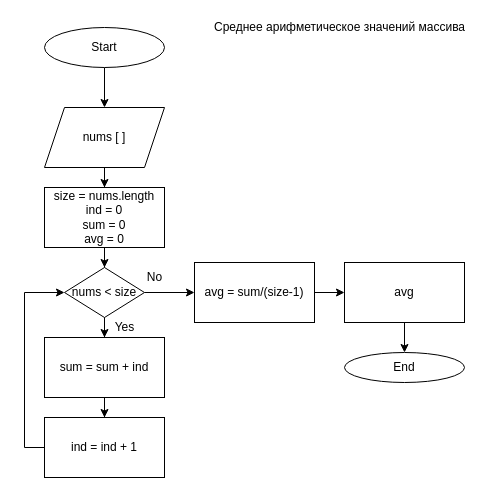
This is page "Ср арифметическое" (3 of 3) of diagrams/Семинар 2 - массивы.drawio from BayramoV88/study, a draw.io file, before an edit. Source tidied: cells renumbered, new cells numbered last; positions are measured from the earlier drawing's top-left corner, leaving out a move shared by most shapes. Both pictures are drawn from the tidied source at 100%, with x=0, y=0 at pixel (24, 17).
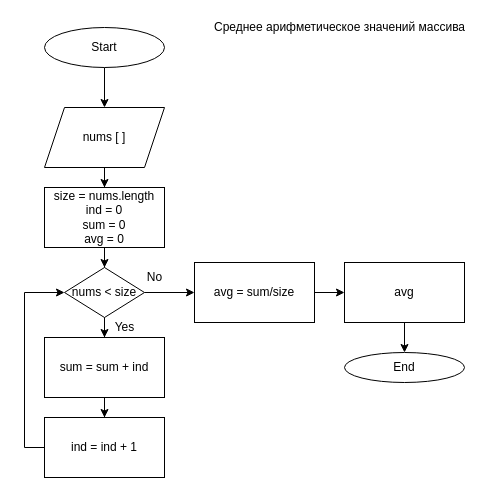
Above is the later version.

Diff of the diagram source:
```diff
@@
-    <mxCell id="17" value="avg = sum/(size-1)" style="whiteSpace=wrap;html=1;" parent="1" vertex="1">
+    <mxCell id="17" value="avg = sum/size" style="whiteSpace=wrap;html=1;" parent="1" vertex="1">
       <mxGeometry x="170" y="245" width="120" height="60" as="geometry" />
     </mxCell>
```
